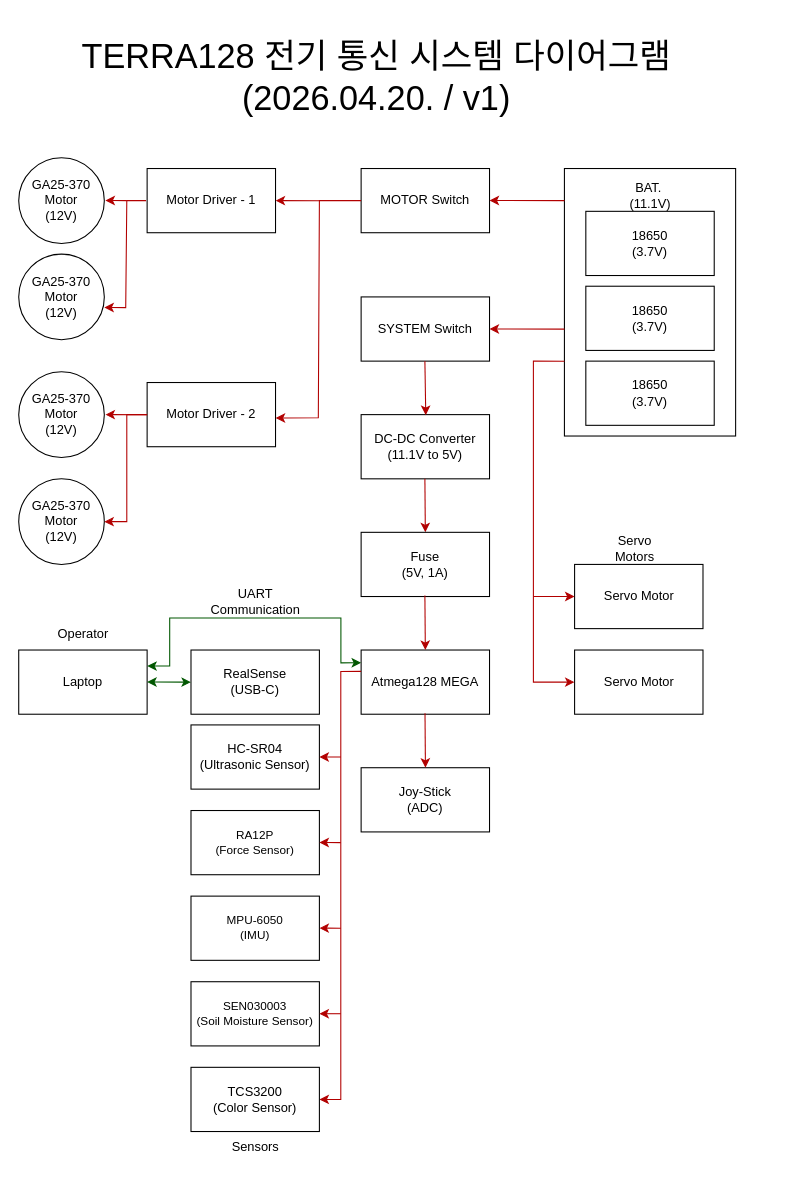
Before: architecture/Electronic_Communication_System_Diagram.drawio in TERRA128/system-architecture, a draw.io diagram. Source tidied: cells renumbered, new cells numbered last; positions are measured from the earlier drawing's top-left corner, leaving out a move shared by most shapes. Both pictures are drawn from the tidied source at 107%, with x=0, y=0 at pixel (18, 18).
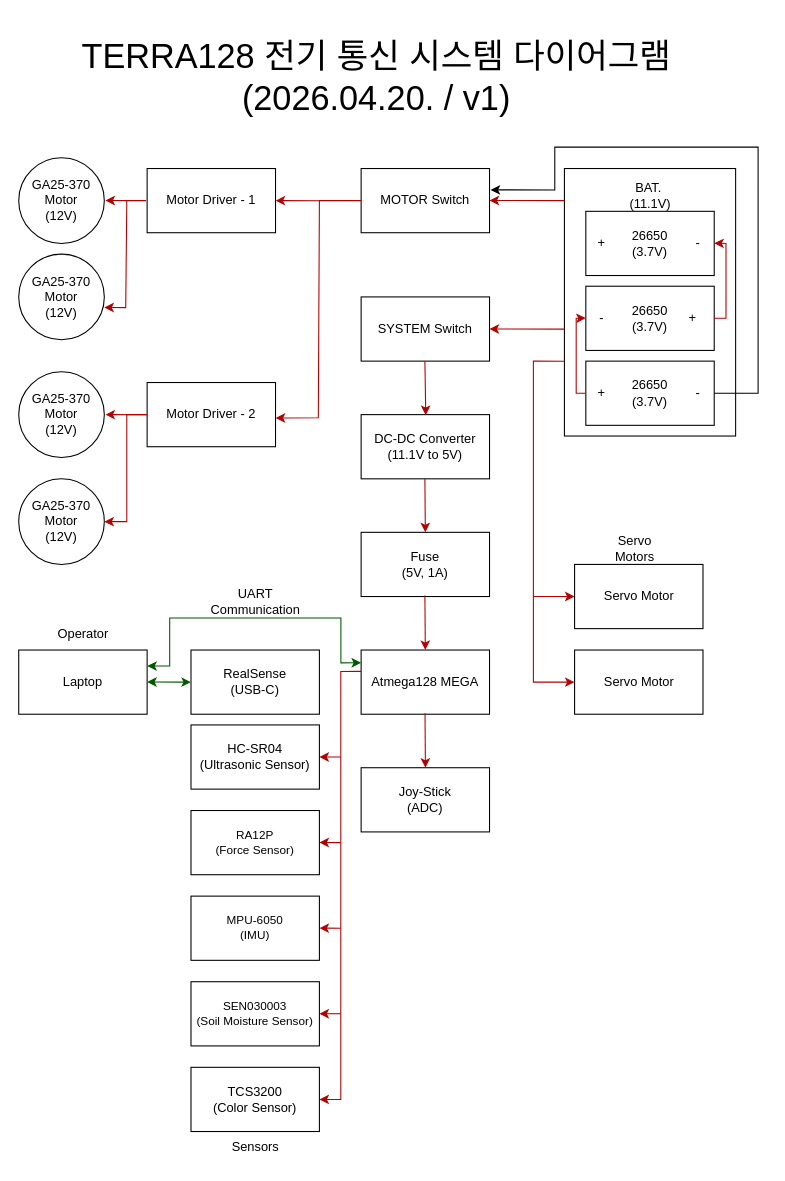
Above is the later version.

Commit message:
:memo: Update: Architecture

The change refers to these unchanged cells:
```xml
<mxCell id="12" value="MOTOR Switch" style="rounded=0;whiteSpace=wrap;html=1;" parent="1" vertex="1">
  <mxGeometry x="320" y="140" width="120" height="60" as="geometry" />
</mxCell>
```

Diff of the diagram source:
```diff
@@
-    <mxCell id="8" value="18650&lt;div&gt;(3.7V)&lt;/div&gt;" style="rounded=0;whiteSpace=wrap;html=1;" parent="1" vertex="1">
+    <mxCell id="8" value="26650&lt;div&gt;(3.7V)&lt;/div&gt;" style="rounded=0;whiteSpace=wrap;html=1;" parent="1" vertex="1">
       <mxGeometry x="530" y="180" width="120" height="60" as="geometry" />
     </mxCell>
-    <mxCell id="9" value="18650&lt;div&gt;(3.7V)&lt;/div&gt;" style="rounded=0;whiteSpace=wrap;html=1;" parent="1" vertex="1">
+    <mxCell id="9" value="26650&lt;div&gt;(3.7V)&lt;/div&gt;" style="rounded=0;whiteSpace=wrap;html=1;" parent="1" vertex="1">
       <mxGeometry x="530" y="250" width="120" height="60" as="geometry" />
     </mxCell>
@@
-    <mxCell id="25" value="18650&lt;div&gt;(3.7V)&lt;/div&gt;" style="rounded=0;whiteSpace=wrap;html=1;" parent="1" vertex="1">
+    <mxCell id="25" value="26650&lt;div&gt;(3.7V)&lt;/div&gt;" style="rounded=0;whiteSpace=wrap;html=1;" parent="1" vertex="1">
       <mxGeometry x="530" y="320" width="120" height="60" as="geometry" />
     </mxCell>
@@
+    <mxCell id="54" style="endArrow=classic;html=1;rounded=0;fontColor=light-dark(#000000,#FF3333);fillColor=#e51400;strokeColor=light-dark(#B20000,#FF0000);exitX=1;exitY=0.5;exitDx=0;exitDy=0;" parent="1" edge="1" source="9">
+      <mxGeometry relative="1" as="geometry">
+        <mxPoint x="650" y="209.8" as="targetPoint" />
+        <Array as="points">
+          <mxPoint x="661" y="280" />
+          <mxPoint x="661" y="210" />
+        </Array>
+      </mxGeometry>
+    </mxCell>
+    <mxCell id="55" style="endArrow=classic;html=1;rounded=0;fontColor=light-dark(#000000,#FF3333);fillColor=#e51400;strokeColor=light-dark(#B20000,#FF0000);exitX=0;exitY=0.5;exitDx=0;exitDy=0;" parent="1" edge="1" source="25">
+      <mxGeometry relative="1" as="geometry">
+        <mxPoint x="530" y="279.8" as="targetPoint" />
+        <Array as="points">
+          <mxPoint x="521" y="350" />
+          <mxPoint x="521" y="280" />
+        </Array>
+      </mxGeometry>
+    </mxCell>
+    <mxCell id="56" value="+" style="text;html=1;whiteSpace=wrap;strokeColor=none;fillColor=none;align=center;verticalAlign=middle;rounded=0;" parent="1" vertex="1">
+      <mxGeometry x="530" y="195" width="30" height="30" as="geometry" />
+    </mxCell>
+    <mxCell id="57" value="+" style="text;html=1;whiteSpace=wrap;strokeColor=none;fillColor=none;align=center;verticalAlign=middle;rounded=0;" parent="1" vertex="1">
+      <mxGeometry x="615" y="265" width="30" height="30" as="geometry" />
+    </mxCell>
+    <mxCell id="58" value="+" style="text;html=1;whiteSpace=wrap;strokeColor=none;fillColor=none;align=center;verticalAlign=middle;rounded=0;" parent="1" vertex="1">
+      <mxGeometry x="530" y="335" width="30" height="30" as="geometry" />
+    </mxCell>
+    <mxCell id="59" value="-" style="text;html=1;whiteSpace=wrap;strokeColor=none;fillColor=none;align=center;verticalAlign=middle;rounded=0;" parent="1" vertex="1">
+      <mxGeometry x="620" y="195" width="30" height="30" as="geometry" />
+    </mxCell>
+    <mxCell id="60" value="-" style="text;html=1;whiteSpace=wrap;strokeColor=none;fillColor=none;align=center;verticalAlign=middle;rounded=0;" parent="1" vertex="1">
+      <mxGeometry x="530" y="265" width="30" height="30" as="geometry" />
+    </mxCell>
+    <mxCell id="61" value="-" style="text;html=1;whiteSpace=wrap;strokeColor=none;fillColor=none;align=center;verticalAlign=middle;rounded=0;" parent="1" vertex="1">
+      <mxGeometry x="620" y="335" width="30" height="30" as="geometry" />
+    </mxCell>
+    <mxCell id="62" style="endArrow=classic;html=1;rounded=0;fontColor=light-dark(#000000,#FF3333);fillColor=#e51400;strokeColor=light-dark(#000000,#0000FF);exitX=1;exitY=0.5;exitDx=0;exitDy=0;entryX=1.008;entryY=0.333;entryDx=0;entryDy=0;entryPerimeter=0;" parent="1" edge="1" source="61" target="12">
+      <mxGeometry relative="1" as="geometry">
+        <Array as="points">
+          <mxPoint x="691" y="350" />
+          <mxPoint x="691" y="120" />
+          <mxPoint x="501" y="120" />
+          <mxPoint x="501" y="160" />
+        </Array>
+      </mxGeometry>
+    </mxCell>
```
